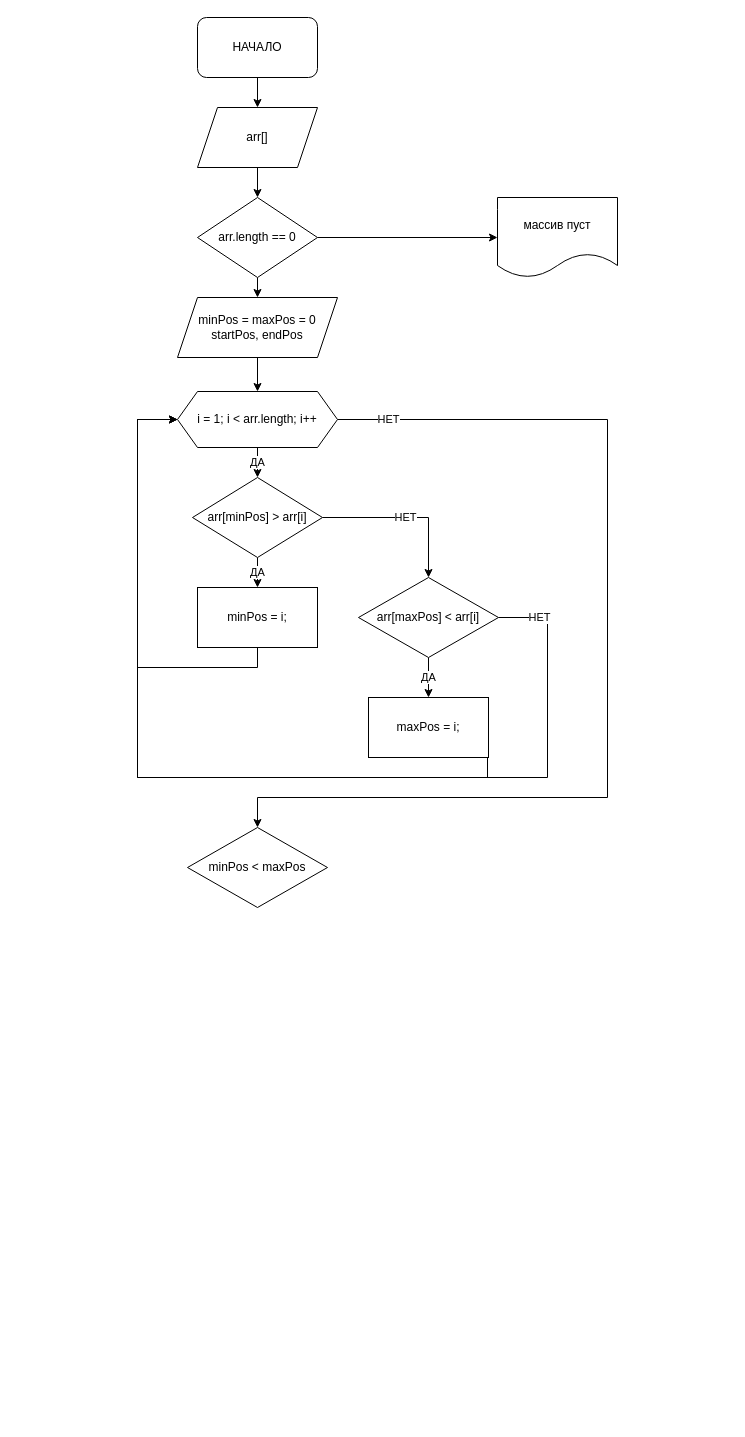
This is Algorytm/Lesson_02/Task_03/L2.task3.drawio from jokerjam-s/GeekBrainst, a draw.io file, before an edit. Source tidied: cells renumbered, new cells numbered last; positions are measured from the earlier drawing's top-left corner, leaving out a move shared by most shapes. Both pictures are drawn from the tidied source at 100%, with x=0, y=0 at pixel (137, 17).
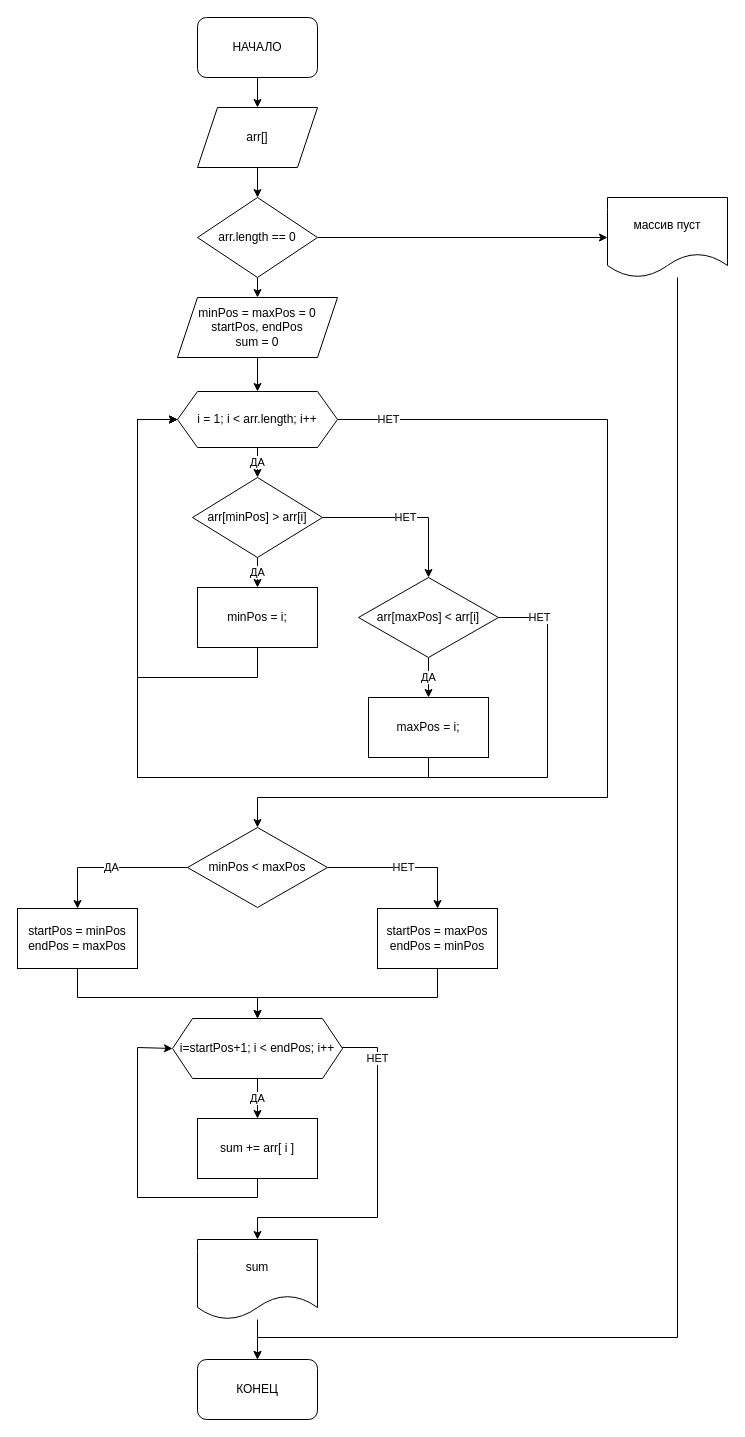
Above is the later version.

The change refers to these unchanged cells:
```xml
<mxCell id="14" value="i = 1; i &amp;lt; arr.length; i++" style="shape=hexagon;perimeter=hexagonPerimeter2;whiteSpace=wrap;html=1;fixedSize=1;" parent="1" vertex="1">
  <mxGeometry x="40" y="374" width="160" height="56" as="geometry" />
</mxCell>
<mxCell id="19" value="minPos = i;" style="rounded=0;whiteSpace=wrap;html=1;" parent="1" vertex="1">
  <mxGeometry x="60" y="570" width="120" height="60" as="geometry" />
</mxCell>
<mxCell id="24" value="maxPos = i;" style="rounded=0;whiteSpace=wrap;html=1;" parent="1" vertex="1">
  <mxGeometry x="231" y="680" width="120" height="60" as="geometry" />
</mxCell>
<mxCell id="25" value="minPos &amp;lt; maxPos" style="rhombus;whiteSpace=wrap;html=1;" parent="1" vertex="1">
  <mxGeometry x="50" y="810" width="140" height="80" as="geometry" />
</mxCell>
```

The edit, as a diff of the source:
```diff
@@
+    <mxCell id="26" style="edgeStyle=orthogonalEdgeStyle;rounded=0;jettySize=auto;html=1;entryX=0.5;entryY=0;entryDx=0;entryDy=0;" parent="1" edge="1" source="9" target="40">
+      <mxGeometry relative="1" as="geometry">
+        <Array as="points">
+          <mxPoint x="540" y="1320" />
+          <mxPoint x="120" y="1320" />
+        </Array>
+      </mxGeometry>
+    </mxCell>
     <mxCell id="9" value="массив пуст" style="shape=document;whiteSpace=wrap;html=1;boundedLbl=1;" parent="1" vertex="1">
-      <mxGeometry x="360" y="180" width="120" height="80" as="geometry" />
+      <mxGeometry x="470" y="180" width="120" height="80" as="geometry" />
     </mxCell>
@@
-    <mxCell id="11" value="minPos = maxPos = 0&lt;br&gt;startPos, endPos" style="shape=parallelogram;perimeter=parallelogramPerimeter;whiteSpace=wrap;html=1;fixedSize=1;" parent="1" vertex="1">
+    <mxCell id="11" value="minPos = maxPos = 0&lt;br&gt;startPos, endPos&lt;br&gt;sum = 0" style="shape=parallelogram;perimeter=parallelogramPerimeter;whiteSpace=wrap;html=1;fixedSize=1;" parent="1" vertex="1">
       <mxGeometry x="40" y="280" width="160" height="60" as="geometry" />
     </mxCell>
@@
     <mxCell id="18" style="edgeStyle=orthogonalEdgeStyle;rounded=0;jettySize=auto;html=1;exitX=0.5;exitY=1;exitDx=0;exitDy=0;entryX=0;entryY=0.5;entryDx=0;entryDy=0;" parent="1" edge="1" source="19" target="14">
       <mxGeometry relative="1" as="geometry">
         <Array as="points">
-          <mxPoint x="120" y="650" />
-          <mxPoint y="650" />
+          <mxPoint x="120" y="660" />
+          <mxPoint y="660" />
           <mxPoint y="402" />
         </Array>
       </mxGeometry>
     </mxCell>
@@
     <mxCell id="23" style="edgeStyle=orthogonalEdgeStyle;rounded=0;jettySize=auto;html=1;exitX=0.5;exitY=1;exitDx=0;exitDy=0;entryX=0;entryY=0.5;entryDx=0;entryDy=0;" parent="1" edge="1" source="24" target="14">
       <mxGeometry relative="1" as="geometry">
         <Array as="points">
-          <mxPoint x="350" y="760" />
+          <mxPoint x="291" y="760" />
           <mxPoint y="760" />
           <mxPoint y="402" />
         </Array>
       </mxGeometry>
     </mxCell>
@@
+    <mxCell id="27" value="ДА" style="edgeStyle=orthogonalEdgeStyle;rounded=0;jettySize=auto;html=1;" parent="1" edge="1" source="25" target="30">
+      <mxGeometry relative="1" as="geometry" />
+    </mxCell>
+    <mxCell id="28" value="НЕТ" style="edgeStyle=orthogonalEdgeStyle;rounded=0;jettySize=auto;html=1;" parent="1" edge="1" source="25" target="32">
+      <mxGeometry relative="1" as="geometry" />
+    </mxCell>
@@
+    <mxCell id="29" style="edgeStyle=orthogonalEdgeStyle;rounded=0;jettySize=auto;html=1;entryX=0.5;entryY=0;entryDx=0;entryDy=0;exitX=0.5;exitY=1;exitDx=0;exitDy=0;" parent="1" edge="1" source="30" target="35">
+      <mxGeometry relative="1" as="geometry">
+        <Array as="points">
+          <mxPoint x="-60" y="980" />
+          <mxPoint x="120" y="980" />
+        </Array>
+      </mxGeometry>
+    </mxCell>
+    <mxCell id="30" value="startPos = minPos&lt;br&gt;endPos = maxPos" style="rounded=0;whiteSpace=wrap;html=1;" parent="1" vertex="1">
+      <mxGeometry x="-120" y="891" width="120" height="60" as="geometry" />
+    </mxCell>
+    <mxCell id="31" style="edgeStyle=orthogonalEdgeStyle;rounded=0;jettySize=auto;html=1;entryX=0.5;entryY=0;entryDx=0;entryDy=0;" parent="1" edge="1" source="32" target="35">
+      <mxGeometry relative="1" as="geometry">
+        <Array as="points">
+          <mxPoint x="300" y="980" />
+          <mxPoint x="120" y="980" />
+        </Array>
+      </mxGeometry>
+    </mxCell>
+    <mxCell id="32" value="startPos = maxPos&lt;br&gt;endPos = minPos" style="rounded=0;whiteSpace=wrap;html=1;" parent="1" vertex="1">
+      <mxGeometry x="240" y="891" width="120" height="60" as="geometry" />
+    </mxCell>
+    <mxCell id="33" value="ДА" style="edgeStyle=orthogonalEdgeStyle;rounded=0;jettySize=auto;html=1;exitX=0.5;exitY=1;exitDx=0;exitDy=0;entryX=0.5;entryY=0;entryDx=0;entryDy=0;" parent="1" edge="1" source="35" target="37">
+      <mxGeometry relative="1" as="geometry" />
+    </mxCell>
+    <mxCell id="34" value="НЕТ" style="edgeStyle=orthogonalEdgeStyle;rounded=0;jettySize=auto;html=1;exitX=1;exitY=0.5;exitDx=0;exitDy=0;" parent="1" edge="1" source="35" target="39">
+      <mxGeometry x="-0.73" relative="1" as="geometry">
+        <Array as="points">
+          <mxPoint x="205" y="1030" />
+          <mxPoint x="240" y="1030" />
+          <mxPoint x="240" y="1200" />
+          <mxPoint x="120" y="1200" />
+        </Array>
+      </mxGeometry>
+    </mxCell>
+    <mxCell id="35" value="i=startPos+1; i &amp;lt; endPos; i++" style="shape=hexagon;perimeter=hexagonPerimeter2;whiteSpace=wrap;html=1;fixedSize=1;" parent="1" vertex="1">
+      <mxGeometry x="35" y="1001" width="170" height="60" as="geometry" />
+    </mxCell>
+    <mxCell id="36" style="edgeStyle=orthogonalEdgeStyle;rounded=0;jettySize=auto;html=1;exitX=0.5;exitY=1;exitDx=0;exitDy=0;entryX=0;entryY=0.5;entryDx=0;entryDy=0;" parent="1" edge="1" source="37" target="35">
+      <mxGeometry relative="1" as="geometry">
+        <Array as="points">
+          <mxPoint x="120" y="1180" />
+          <mxPoint y="1180" />
+          <mxPoint y="1030" />
+        </Array>
+      </mxGeometry>
+    </mxCell>
+    <mxCell id="37" value="sum += arr[ i ]" style="rounded=0;whiteSpace=wrap;html=1;" parent="1" vertex="1">
+      <mxGeometry x="60" y="1101" width="120" height="60" as="geometry" />
+    </mxCell>
+    <mxCell id="38" style="edgeStyle=orthogonalEdgeStyle;rounded=0;jettySize=auto;html=1;" parent="1" edge="1" source="39" target="40">
+      <mxGeometry relative="1" as="geometry" />
+    </mxCell>
+    <mxCell id="39" value="sum" style="shape=document;whiteSpace=wrap;html=1;boundedLbl=1;" parent="1" vertex="1">
+      <mxGeometry x="60" y="1222" width="120" height="80" as="geometry" />
+    </mxCell>
+    <mxCell id="40" value="КОНЕЦ" style="rounded=1;whiteSpace=wrap;html=1;" parent="1" vertex="1">
+      <mxGeometry x="60" y="1342" width="120" height="60" as="geometry" />
+    </mxCell>
```
